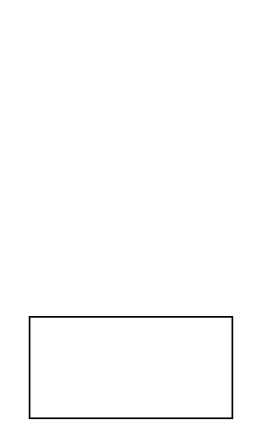
This is Formula1.drawio from AoStefff/TeamF1, a draw.io file, before an edit. Source tidied: cells renumbered, new cells numbered last; positions are measured from the earlier drawing's top-left corner, leaving out a move shared by most shapes. Both pictures are drawn from the tidied source at 169%, with x=0, y=0 at pixel (29, 316).
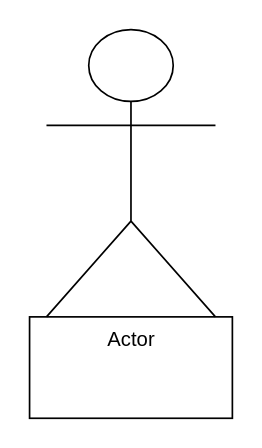
After the change.

The edit, as a diff of the source:
```diff
@@
 <mxGraphModel>
   <root>
     <mxCell id="0" />
     <mxCell id="1" parent="0" />
     <mxCell id="2" style="rounded=0;whiteSpace=wrap;html=1;" parent="1" vertex="1">
       <mxGeometry width="120" height="60" as="geometry" />
     </mxCell>
+    <mxCell id="3" value="Actor" style="shape=umlActor;verticalLabelPosition=bottom;verticalAlign=top;html=1;" parent="1" vertex="1">
+      <mxGeometry x="10" y="-170" width="100" height="170" as="geometry" />
+    </mxCell>
   </root>
 </mxGraphModel>
```
